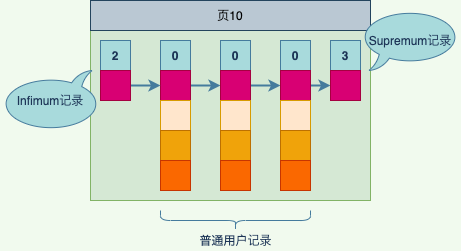
The draw.io diagram assets/记录放到页里边的示意图.png in gwwwwt/mysql_8.0.4, before a commit. Source tidied: cells renumbered, new cells last; positions are measured from the earlier drawing's top-left corner, leaving out a move shared by most shapes.
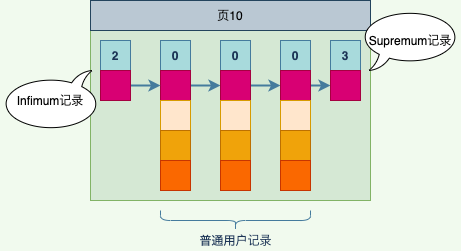
After the commit.

Commit message:
Update 记录放到页里边的示意图.png

Diff of the diagram source:
```diff
@@ -83,10 +83,10 @@
     <mxCell id="28" value="普通用户记录" style="text;html=1;strokeColor=none;fillColor=none;align=center;verticalAlign=middle;whiteSpace=wrap;rounded=0;sketch=0;fontColor=#1D3557;" parent="1" vertex="1">
       <mxGeometry x="197.5" y="230" width="75" height="20" as="geometry" />
     </mxCell>
-    <mxCell id="29" value="Supremum记录" style="whiteSpace=wrap;html=1;shape=mxgraph.basic.oval_callout;rounded=0;sketch=0;fontColor=#1D3557;strokeColor=#457B9D;fillColor=#A8DADC;" parent="1" vertex="1">
+    <mxCell id="29" value="Supremum记录" style="whiteSpace=wrap;html=1;shape=mxgraph.basic.oval_callout;rounded=0;sketch=0;" parent="1" vertex="1">
       <mxGeometry x="360" y="10" width="100" height="60" as="geometry" />
     </mxCell>
-    <mxCell id="30" value="Infimum记录" style="whiteSpace=wrap;html=1;shape=mxgraph.basic.oval_callout;rounded=0;sketch=0;fontColor=#1D3557;strokeColor=#457B9D;fillColor=#A8DADC;direction=west;" parent="1" vertex="1">
+    <mxCell id="30" value="Infimum记录" style="whiteSpace=wrap;html=1;shape=mxgraph.basic.oval_callout;rounded=0;sketch=0;direction=west;" parent="1" vertex="1">
       <mxGeometry y="70" width="100" height="60" as="geometry" />
     </mxCell>
   </root>
```
